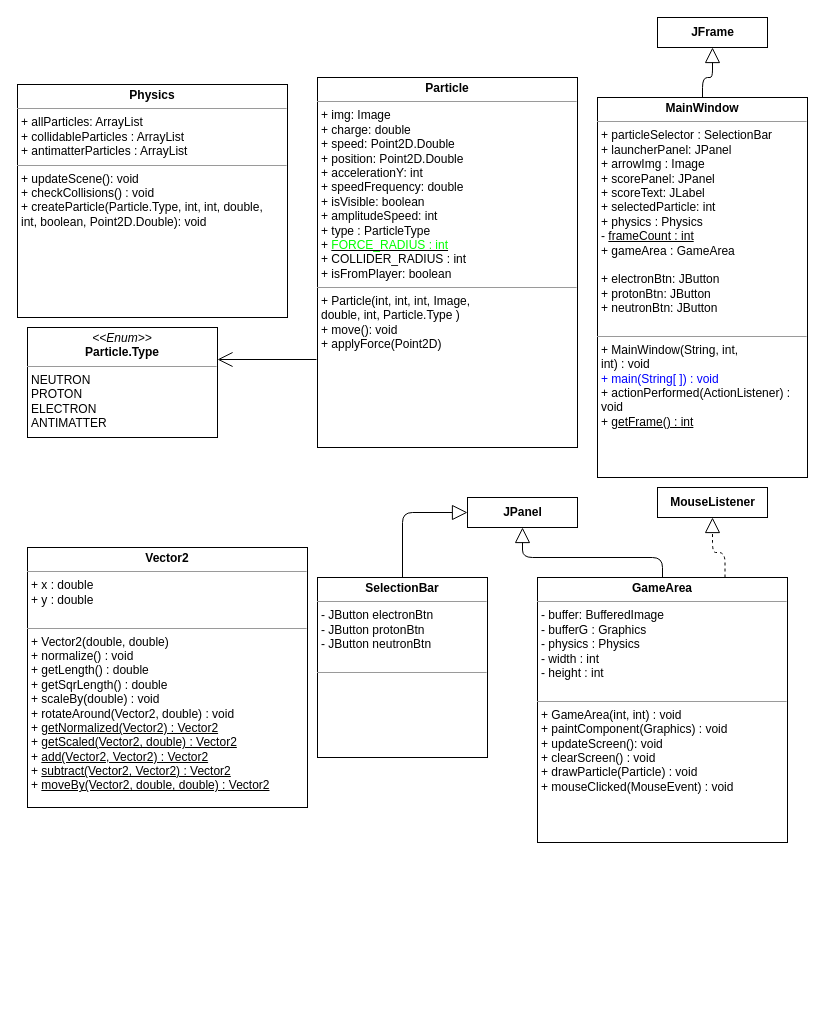
Earlier version of the draw.io diagram DiagrammeUML.drawio (Iman974/Algo_Proj2A). Source tidied: cells renumbered, new cells numbered last; positions are measured from the earlier drawing's top-left corner, leaving out a move shared by most shapes. Both pictures are drawn from the tidied source at 100%, with x=0, y=0 at pixel (17, 17).
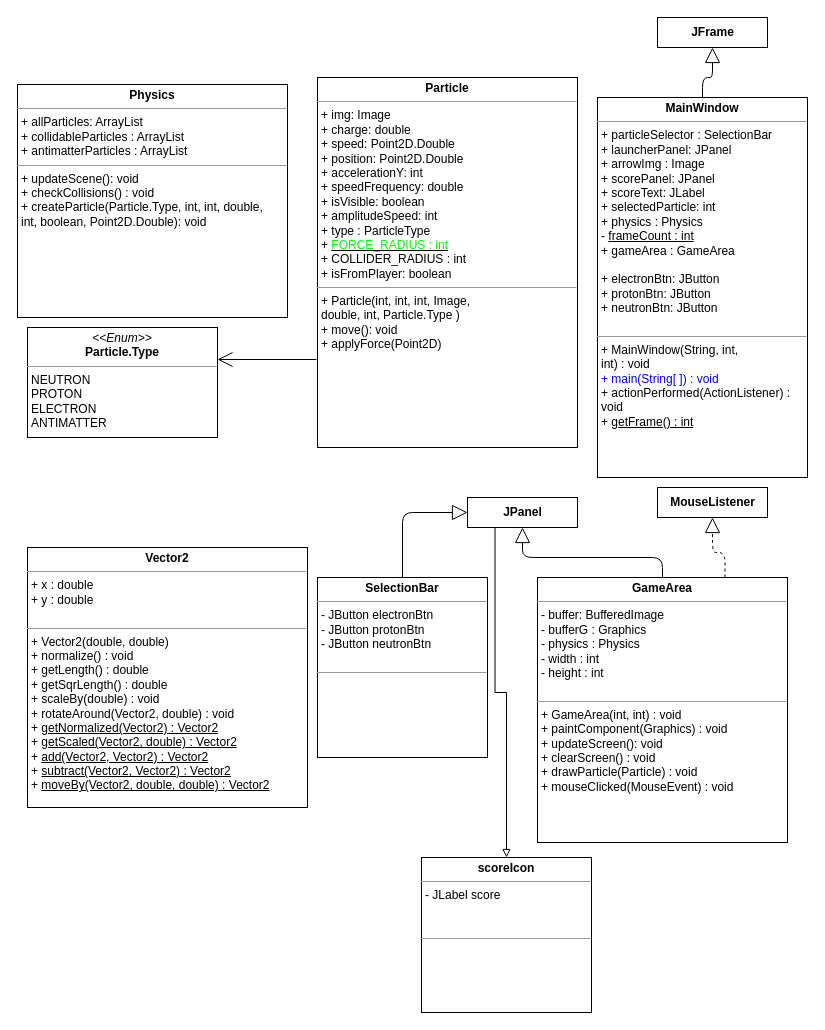
After the change.

The change refers to these unchanged cells:
```xml
<mxCell id="12" value="&lt;b&gt;JPanel&lt;br&gt;&lt;/b&gt;" style="html=1;" parent="1" vertex="1">
  <mxGeometry x="450" y="480" width="110" height="30" as="geometry" />
</mxCell>
```

What changed in the source:
```diff
@@
+    <mxCell id="17" style="edgeStyle=orthogonalEdgeStyle;rounded=0;jettySize=auto;html=1;exitX=0.25;exitY=1;exitDx=0;exitDy=0;entryX=0.5;entryY=0;entryDx=0;entryDy=0;endArrow=block;endFill=0;" parent="1" edge="1" source="12" target="18">
+      <mxGeometry relative="1" as="geometry" />
+    </mxCell>
@@
+    <mxCell id="18" value="&lt;p style=&quot;margin: 0px ; margin-top: 4px ; text-align: center&quot;&gt;&lt;b&gt;scoreIcon&lt;/b&gt;&lt;/p&gt;&lt;hr size=&quot;1&quot;&gt;&lt;p style=&quot;margin: 0px ; margin-left: 4px&quot;&gt;- JLabel score&lt;/p&gt;&lt;p style=&quot;margin: 0px ; margin-left: 4px&quot;&gt;&lt;br&gt;&lt;/p&gt;&lt;div style=&quot;padding: 0px ; margin: 0px&quot;&gt;&lt;br style=&quot;padding: 0px ; margin: 0px&quot;&gt;&lt;/div&gt;&lt;hr size=&quot;1&quot;&gt;&lt;p style=&quot;margin: 0px ; margin-left: 4px&quot;&gt;&lt;br&gt;&lt;/p&gt;" style="verticalAlign=top;align=left;overflow=fill;fontSize=12;fontFamily=Helvetica;html=1;rounded=0;shadow=0;comic=0;labelBackgroundColor=none;strokeWidth=1;" parent="1" vertex="1">
+      <mxGeometry x="404" y="840" width="170" height="155" as="geometry" />
+    </mxCell>
```
